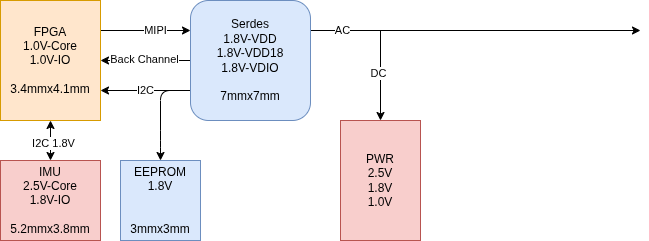
Before: docs/diagrams/2026/Serializer_Block01.png, a diagram exported from draw.io (tzechienchu/mynotes). Source tidied: cells renumbered, new cells last; positions are measured from the earlier drawing's top-left corner, leaving out a move shared by most shapes.
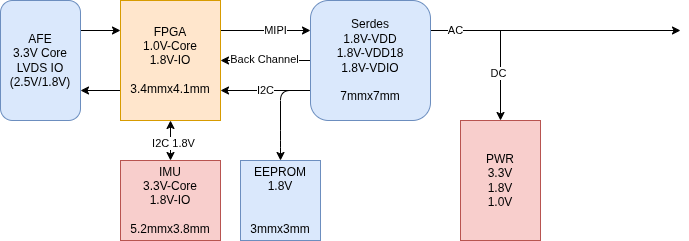
After the commit.

The edit, as a diff of the source:
```diff
@@ -24,7 +24,7 @@
     </mxCell>
     <mxCell id="7" style="edgeStyle=none;html=1;exitX=1;exitY=0.25;exitDx=0;exitDy=0;" parent="1" edge="1" source="9">
       <mxGeometry relative="1" as="geometry">
-        <mxPoint x="640" y="30" as="targetPoint" />
+        <mxPoint x="560" y="30" as="targetPoint" />
       </mxGeometry>
     </mxCell>
     <mxCell id="8" value="AC" style="edgeLabel;html=1;align=center;verticalAlign=middle;" parent="7" vertex="1">
@@ -45,10 +45,13 @@
     <mxCell id="13" value="MIPI" style="edgeLabel;html=1;align=center;verticalAlign=middle;" parent="12" vertex="1">
       <mxGeometry x="0.2" y="1" relative="1" as="geometry" />
     </mxCell>
+    <mxCell id="20" style="edgeStyle=none;html=1;exitX=0;exitY=0.75;exitDx=0;exitDy=0;entryX=1;entryY=0.75;entryDx=0;entryDy=0;" parent="1" edge="1" source="14" target="22">
+      <mxGeometry relative="1" as="geometry" />
+    </mxCell>
-    <mxCell id="14" value="FPGA&lt;div&gt;1.0V-Core&lt;/div&gt;&lt;div&gt;1.0V-IO&lt;/div&gt;&lt;div&gt;&lt;br&gt;&lt;/div&gt;&lt;div&gt;3.4mmx4.1mm&lt;/div&gt;" style="rounded=0;whiteSpace=wrap;html=1;fillColor=#ffe6cc;strokeColor=#d79b00;" parent="1" vertex="1">
+    <mxCell id="14" value="FPGA&lt;div&gt;1.0V-Core&lt;/div&gt;&lt;div&gt;1.8V-IO&lt;/div&gt;&lt;div&gt;&lt;br&gt;&lt;/div&gt;&lt;div&gt;3.4mmx4.1mm&lt;/div&gt;" style="rounded=0;whiteSpace=wrap;html=1;fillColor=#ffe6cc;strokeColor=#d79b00;" parent="1" vertex="1">
       <mxGeometry width="100" height="120" as="geometry" />
     </mxCell>
-    <mxCell id="15" value="IMU&lt;div&gt;2.5V-Core&lt;/div&gt;&lt;div&gt;1.8V-IO&lt;/div&gt;&lt;div&gt;&lt;br&gt;&lt;/div&gt;&lt;div&gt;5.2mmx3.8mm&lt;/div&gt;" style="rounded=0;whiteSpace=wrap;html=1;fillColor=#f8cecc;strokeColor=#b85450;" parent="1" vertex="1">
+    <mxCell id="15" value="IMU&lt;div&gt;3.3V-Core&lt;/div&gt;&lt;div&gt;1.8V-IO&lt;/div&gt;&lt;div&gt;&lt;br&gt;&lt;/div&gt;&lt;div&gt;5.2mmx3.8mm&lt;/div&gt;" style="rounded=0;whiteSpace=wrap;html=1;fillColor=#f8cecc;strokeColor=#b85450;" parent="1" vertex="1">
       <mxGeometry y="160" width="100" height="80" as="geometry" />
     </mxCell>
     <mxCell id="16" value="EEPROM&lt;div&gt;1.8V&lt;/div&gt;&lt;div&gt;&lt;br&gt;&lt;/div&gt;&lt;div&gt;&lt;br&gt;&lt;/div&gt;&lt;div&gt;3mmx3mm&lt;/div&gt;" style="rounded=0;whiteSpace=wrap;html=1;fillColor=#dae8fc;strokeColor=#6c8ebf;" parent="1" vertex="1">
@@ -62,8 +65,14 @@
     <mxCell id="18" value="DC" style="edgeLabel;html=1;align=center;verticalAlign=middle;" parent="17" vertex="1">
       <mxGeometry x="0.06" y="3" relative="1" as="geometry" />
     </mxCell>
-    <mxCell id="19" value="PWR&lt;div&gt;2.5V&lt;/div&gt;&lt;div&gt;1.8V&lt;/div&gt;&lt;div&gt;1.0V&lt;/div&gt;" style="rounded=0;whiteSpace=wrap;html=1;fillColor=#f8cecc;strokeColor=#b85450;" parent="1" vertex="1">
+    <mxCell id="19" value="PWR&lt;div&gt;3.3V&lt;/div&gt;&lt;div&gt;1.8V&lt;/div&gt;&lt;div&gt;1.0V&lt;/div&gt;" style="rounded=0;whiteSpace=wrap;html=1;fillColor=#f8cecc;strokeColor=#b85450;" parent="1" vertex="1">
       <mxGeometry x="340" y="120" width="80" height="120" as="geometry" />
     </mxCell>
+    <mxCell id="21" style="edgeStyle=none;html=1;exitX=1;exitY=0.25;exitDx=0;exitDy=0;entryX=0;entryY=0.25;entryDx=0;entryDy=0;" parent="1" edge="1" source="22" target="14">
+      <mxGeometry relative="1" as="geometry" />
+    </mxCell>
+    <mxCell id="22" value="AFE&lt;div&gt;3.3V Core&lt;/div&gt;&lt;div&gt;LVDS IO (2.5V/1.8V)&lt;/div&gt;" style="rounded=1;whiteSpace=wrap;html=1;fillColor=#dae8fc;strokeColor=#6c8ebf;" parent="1" vertex="1">
+      <mxGeometry x="-120" width="80" height="120" as="geometry" />
+    </mxCell>
   </root>
 </mxGraphModel>
```
